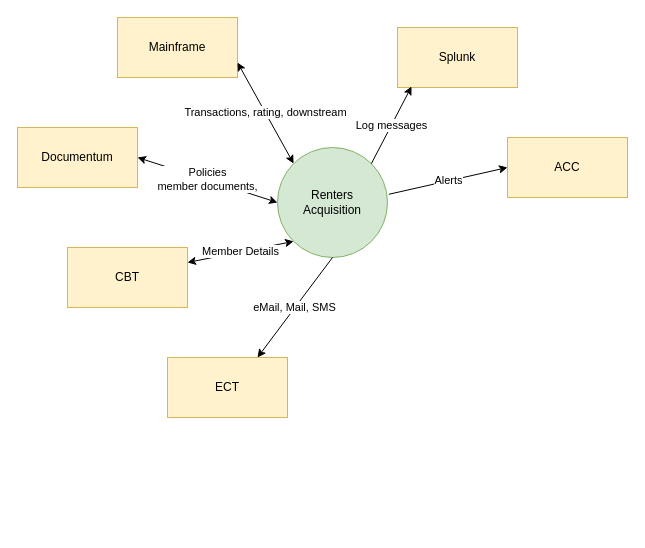
Before: page "Classic" (2 of 2) of System Context Diagram.drawio in jeffkreska/git-release-notes, a draw.io diagram. Source tidied: cells renumbered, new cells numbered last; positions are measured from the earlier drawing's top-left corner, leaving out a move shared by most shapes. Both pictures are drawn from the tidied source at 100%, with x=0, y=0 at pixel (17, 17).
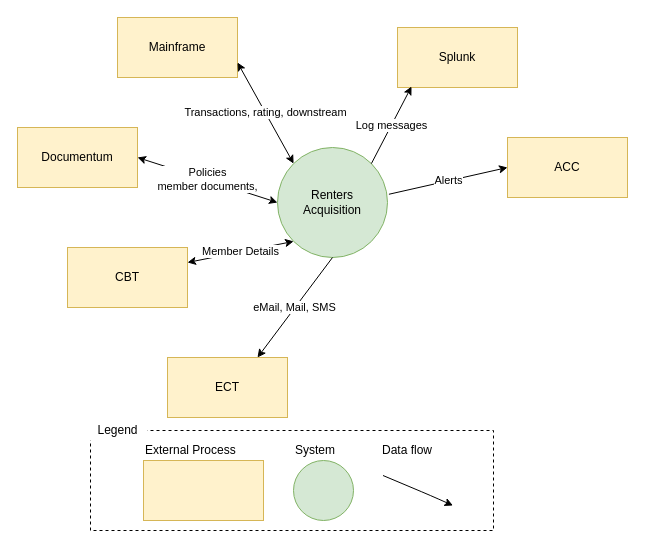
The same diagram, later.

Change to the diagram source:
```diff
@@
+    <mxCell id="15" style="group;shadow=0;sketch=0;" parent="1" vertex="1">
+      <mxGeometry x="70" y="410" width="406" height="103" as="geometry" />
+    </mxCell>
+    <mxCell id="16" style="rounded=0;whiteSpace=wrap;html=1;shadow=0;dashed=1;" parent="15" vertex="1">
+      <mxGeometry x="3" y="3" width="403" height="100" as="geometry" />
+    </mxCell>
+    <mxCell id="17" value="Legend" style="text;html=1;align=center;verticalAlign=middle;strokeColor=none;rounded=0;shadow=0;fillColor=#ffffff;" parent="15" vertex="1">
+      <mxGeometry y="-7" width="60" height="20" as="geometry" />
+    </mxCell>
+    <mxCell id="18" style="group;shadow=0;" parent="15" vertex="1">
+      <mxGeometry x="293" y="38" width="100" height="55" as="geometry" />
+    </mxCell>
+    <mxCell id="19" style="group;shadow=0;" parent="18" vertex="1">
+      <mxGeometry width="100" height="55" as="geometry" />
+    </mxCell>
+    <mxCell id="20" style="group;shadow=0;" parent="19" vertex="1">
+      <mxGeometry width="100" height="55" as="geometry" />
+    </mxCell>
+    <mxCell id="21" style="rounded=0;whiteSpace=wrap;html=1;strokeColor=none;shadow=0;" parent="20" vertex="1">
+      <mxGeometry x="-20" y="-5" width="120" height="60" as="geometry" />
+    </mxCell>
+    <mxCell id="22" style="rounded=0;whiteSpace=wrap;html=1;strokeColor=none;shadow=0;" parent="20" vertex="1">
+      <mxGeometry width="10" height="10" as="geometry" />
+    </mxCell>
+    <mxCell id="23" style="rounded=0;whiteSpace=wrap;html=1;strokeColor=none;shadow=0;" parent="20" vertex="1">
+      <mxGeometry x="70" y="40" width="10" height="10" as="geometry" />
+    </mxCell>
+    <mxCell id="24" style="endArrow=classic;html=1;exitX=0.25;exitY=1;exitDx=0;exitDy=0;entryX=0.25;entryY=0;entryDx=0;entryDy=0;shadow=0;" parent="20" edge="1" source="22" target="23">
+      <mxGeometry relative="1" as="geometry">
+        <Array as="points">
+          <mxPoint x="50" y="30" />
+        </Array>
+      </mxGeometry>
+    </mxCell>
+    <mxCell id="25" style="whiteSpace=wrap;html=1;fillColor=#fff2cc;strokeColor=#d6b656;shadow=0;" parent="15" vertex="1">
+      <mxGeometry x="56" y="33" width="120" height="60" as="geometry" />
+    </mxCell>
+    <mxCell id="26" style="ellipse;whiteSpace=wrap;html=1;fillColor=#d5e8d4;strokeColor=#82b366;shadow=0;" parent="15" vertex="1">
+      <mxGeometry x="206" y="33" width="60" height="60" as="geometry" />
+    </mxCell>
+    <mxCell id="27" value="Data flow" style="text;html=1;align=left;verticalAlign=middle;fillColor=none;strokeColor=none;rounded=0;shadow=0;" parent="15" vertex="1">
+      <mxGeometry x="293" y="13" width="70" height="20" as="geometry" />
+    </mxCell>
+    <mxCell id="28" value="System" style="text;html=1;align=left;verticalAlign=middle;fillColor=none;strokeColor=none;rounded=0;shadow=0;" parent="15" vertex="1">
+      <mxGeometry x="206" y="13" width="60" height="20" as="geometry" />
+    </mxCell>
+    <mxCell id="29" value="External Process" style="text;html=1;align=left;verticalAlign=middle;fillColor=none;strokeColor=none;rounded=0;shadow=0;" parent="15" vertex="1">
+      <mxGeometry x="56" y="13" width="110" height="20" as="geometry" />
+    </mxCell>
```
